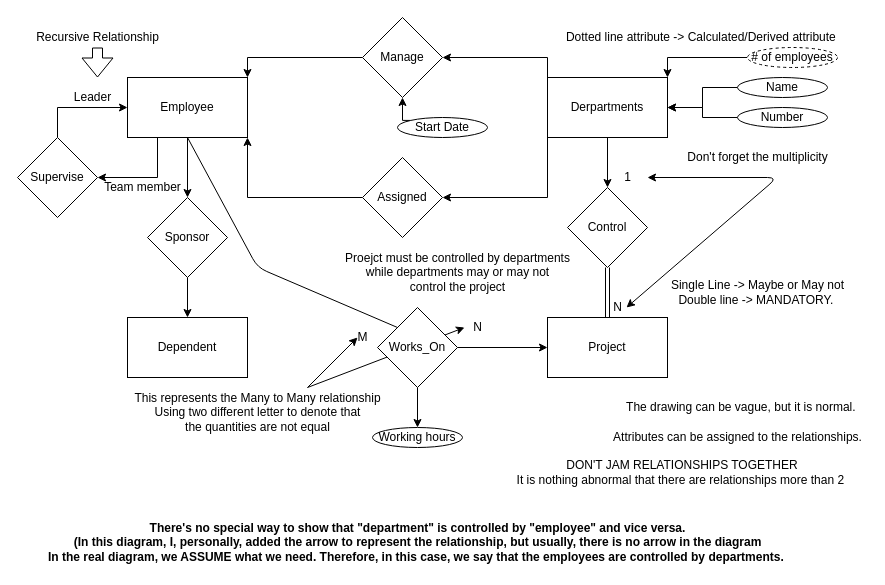
Earlier version of the draw.io diagram Untitled Diagram.drawio (taehee5525/git_test). Source tidied: cells renumbered, new cells numbered last; positions are measured from the earlier drawing's top-left corner, leaving out a move shared by most shapes. Both pictures are drawn from the tidied source at 100%, with x=0, y=0 at pixel (17, 17).
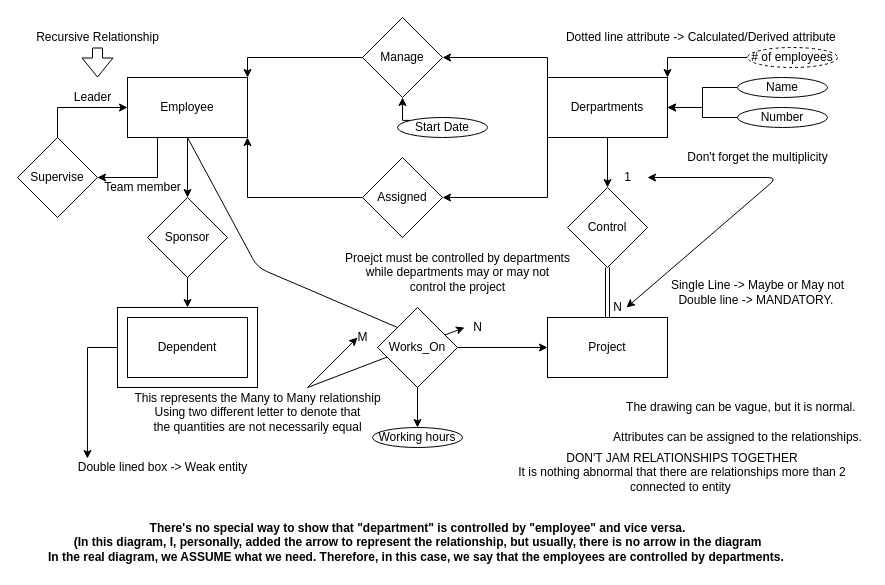
Above is the later version.

The change refers to these unchanged cells:
```xml
<mxCell id="40" value="Sponsor" style="rhombus;whiteSpace=wrap;html=1;" parent="1" vertex="1">
  <mxGeometry x="130" y="180" width="80" height="80" as="geometry" />
</mxCell>
```

Change to the diagram source:
```diff
@@
+    <mxCell id="54" style="edgeStyle=orthogonalEdgeStyle;rounded=0;jettySize=auto;html=1;exitX=0;exitY=0.5;exitDx=0;exitDy=0;entryX=0.105;entryY=0.05;entryDx=0;entryDy=0;entryPerimeter=0;" parent="1" edge="1" source="55" target="57">
+      <mxGeometry relative="1" as="geometry" />
+    </mxCell>
+    <mxCell id="55" style="rounded=0;whiteSpace=wrap;html=1;strokeColor=default;" parent="1" vertex="1">
+      <mxGeometry x="100" y="290" width="140" height="80" as="geometry" />
+    </mxCell>
@@
-    <mxCell id="10" value="Dependent" style="rounded=0;whiteSpace=wrap;html=1;" parent="1" vertex="1">
+    <mxCell id="10" value="Dependent" style="rounded=0;whiteSpace=wrap;html=1;strokeColor=default;" parent="1" vertex="1">
       <mxGeometry x="110" y="300" width="120" height="60" as="geometry" />
     </mxCell>
@@
-    <mxCell id="24" value="DON'T JAM RELATIONSHIPS TOGETHER&lt;br&gt;It is nothing abnormal that there are relationships more than 2&amp;nbsp;" style="text;html=1;strokeColor=none;fillColor=none;align=center;verticalAlign=middle;whiteSpace=wrap;rounded=0;" parent="1" vertex="1">
+    <mxCell id="24" value="DON'T JAM RELATIONSHIPS TOGETHER&lt;br&gt;It is nothing abnormal that there are relationships more than 2&lt;br&gt;connected to entity&amp;nbsp;" style="text;html=1;strokeColor=none;fillColor=none;align=center;verticalAlign=middle;whiteSpace=wrap;rounded=0;" parent="1" vertex="1">
       <mxGeometry x="480" y="440" width="370" height="30" as="geometry" />
     </mxCell>
@@
-    <mxCell id="39" style="edgeStyle=orthogonalEdgeStyle;rounded=0;jettySize=auto;html=1;exitX=0.5;exitY=1;exitDx=0;exitDy=0;entryX=0.5;entryY=0;entryDx=0;entryDy=0;" parent="1" edge="1" source="40" target="10">
-      <mxGeometry relative="1" as="geometry" />
-    </mxCell>
+    <mxCell id="56" style="edgeStyle=orthogonalEdgeStyle;rounded=0;jettySize=auto;html=1;exitX=0.5;exitY=1;exitDx=0;exitDy=0;entryX=0.5;entryY=0;entryDx=0;entryDy=0;" parent="1" edge="1" source="40" target="55">
+      <mxGeometry relative="1" as="geometry" />
+    </mxCell>
@@
-    <mxCell id="50" value="This represents the Many to Many relationship&lt;br&gt;Using two different letter to denote that&lt;br&gt;the quantities are not equal" style="text;html=1;align=center;verticalAlign=middle;strokeColor=none;fillColor=none;" parent="1" vertex="1">
+    <mxCell id="50" value="This represents the Many to Many relationship&lt;br&gt;Using two different letter to denote that&lt;br&gt;the quantities are not necessarily equal" style="text;html=1;align=center;verticalAlign=middle;strokeColor=none;fillColor=none;" parent="1" vertex="1">
       <mxGeometry x="110" y="370" width="260" height="50" as="geometry" />
     </mxCell>
@@
+    <mxCell id="57" value="Double lined box -&amp;gt; Weak entity" style="text;html=1;align=center;verticalAlign=middle;points=[];strokeColor=none;fillColor=none;" parent="1" vertex="1">
+      <mxGeometry x="50" y="440" width="190" height="20" as="geometry" />
+    </mxCell>
```
